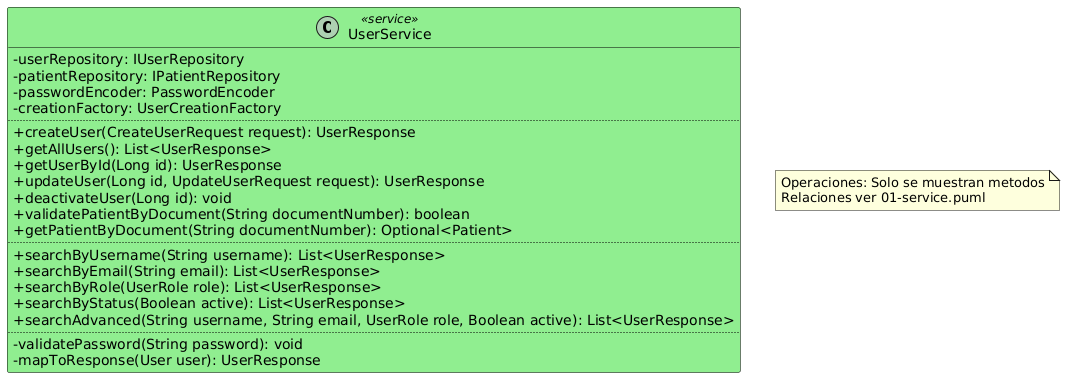
Earlier version of the PlantUML export services/users-service/docs/modeling/uml/diagrams/ServiceOperations.png (LeyderCeronM/Proyecto_piedra_azul).
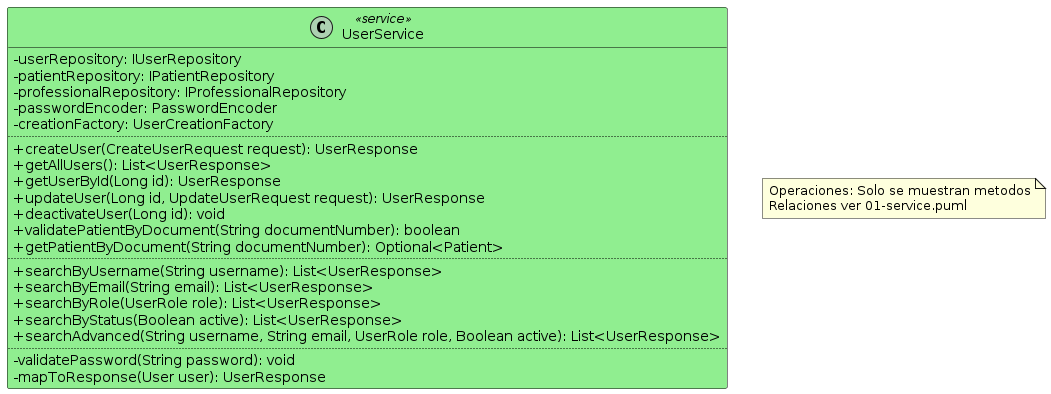
After the change.

Diff of the diagram source:
```diff
@@ -6,6 +6,7 @@
 class UserService <<service>> #90EE90;line:Black {
   -userRepository: IUserRepository
   -patientRepository: IPatientRepository
+  -professionalRepository: IProfessionalRepository
   -passwordEncoder: PasswordEncoder
   -creationFactory: UserCreationFactory
   ..
```
